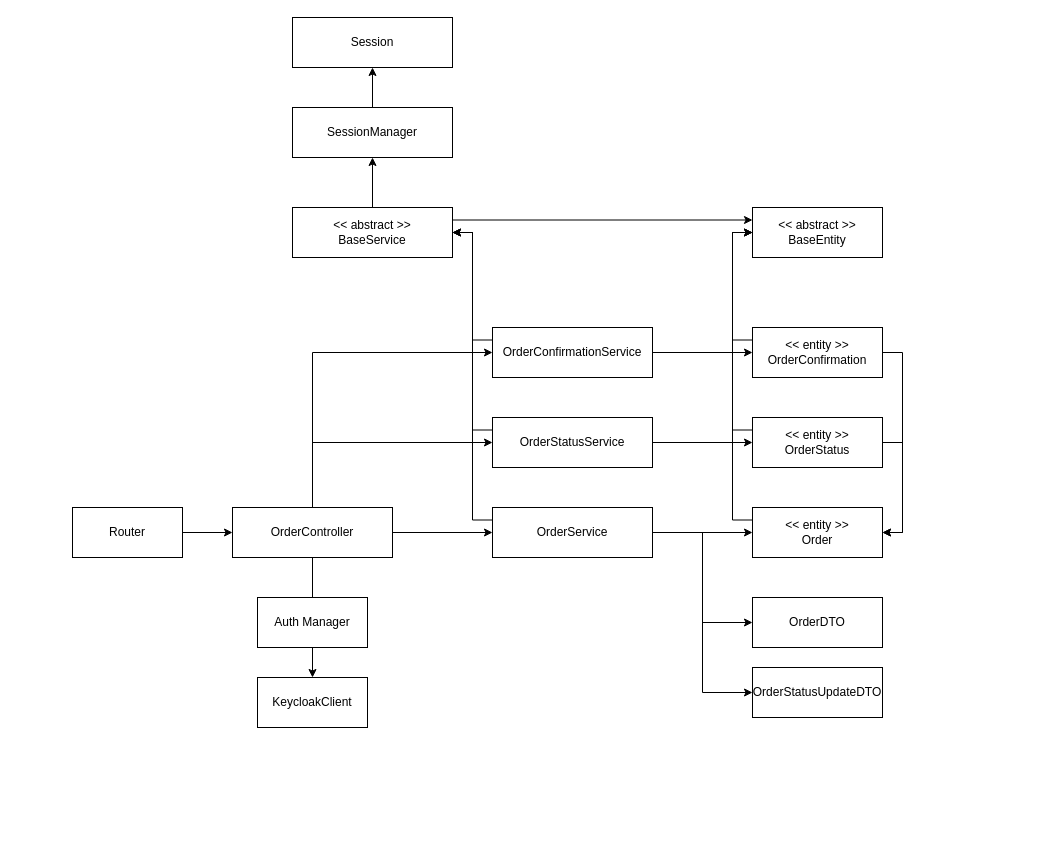
Earlier version of the draw.io diagram page "Logical" (2 of 3) of magistracy/software-engeneering-methodology/diagrams/Class_UC-Component-Order.drawio (GulDilin/itmo). Source tidied: cells renumbered, new cells numbered last; positions are measured from the earlier drawing's top-left corner, leaving out a move shared by most shapes. Both pictures are drawn from the tidied source at 100%, with x=0, y=0 at pixel (72, 17).
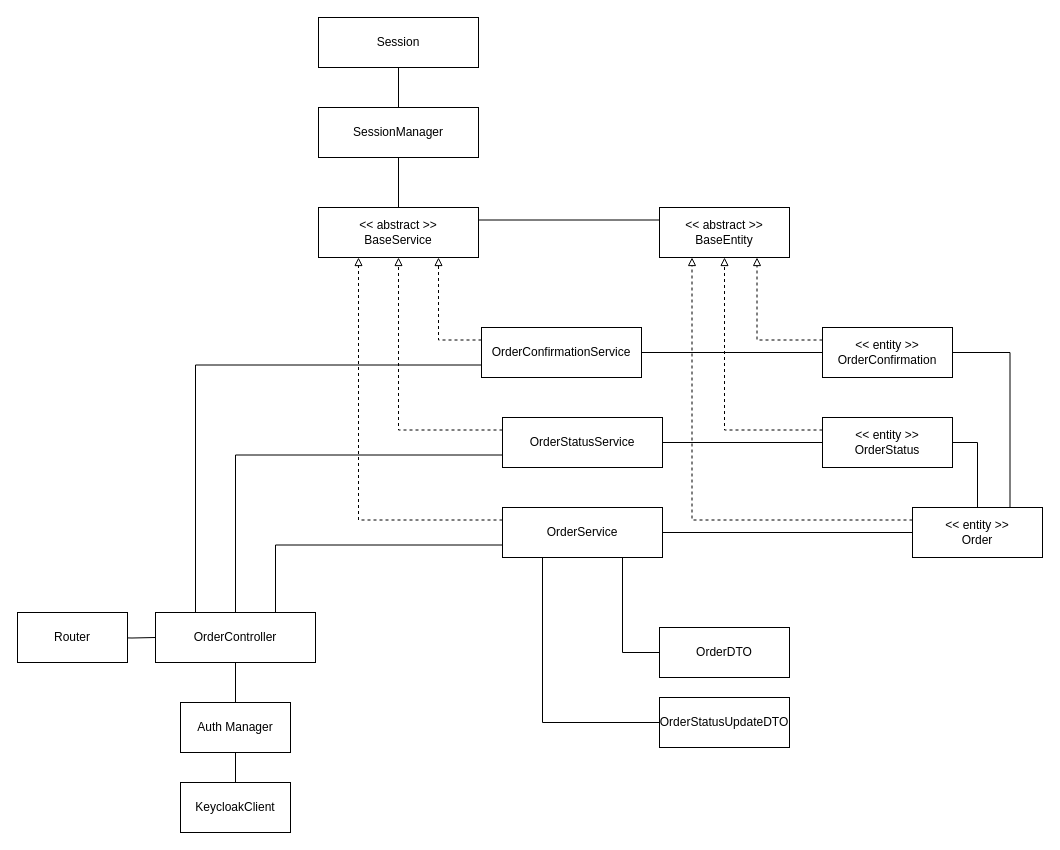
After the change.

What changed in the source:
```diff
@@
-    <mxCell id="2" style="edgeStyle=orthogonalEdgeStyle;rounded=0;jettySize=auto;html=1;" parent="1" edge="1" source="6" target="13">
+    <mxCell id="2" style="edgeStyle=orthogonalEdgeStyle;rounded=0;jettySize=auto;html=1;exitX=0.75;exitY=0;exitDx=0;exitDy=0;entryX=0;entryY=0.75;entryDx=0;entryDy=0;endArrow=none;endFill=0;" parent="1" edge="1" source="6" target="13">
       <mxGeometry relative="1" as="geometry" />
     </mxCell>
@@
-    <mxCell id="4" style="edgeStyle=orthogonalEdgeStyle;rounded=0;jettySize=auto;html=1;entryX=0;entryY=0.5;entryDx=0;entryDy=0;exitX=0.5;exitY=0;exitDx=0;exitDy=0;" parent="1" edge="1" source="6" target="20">
+    <mxCell id="4" style="edgeStyle=orthogonalEdgeStyle;rounded=0;jettySize=auto;html=1;entryX=0;entryY=0.75;entryDx=0;entryDy=0;exitX=0.5;exitY=0;exitDx=0;exitDy=0;endArrow=none;endFill=0;" parent="1" edge="1" source="6" target="20">
       <mxGeometry relative="1" as="geometry" />
     </mxCell>
-    <mxCell id="5" style="edgeStyle=orthogonalEdgeStyle;rounded=0;jettySize=auto;html=1;entryX=0;entryY=0.5;entryDx=0;entryDy=0;exitX=0.5;exitY=0;exitDx=0;exitDy=0;" parent="1" edge="1" source="6" target="29">
+    <mxCell id="5" style="edgeStyle=orthogonalEdgeStyle;rounded=0;jettySize=auto;html=1;entryX=0;entryY=0.75;entryDx=0;entryDy=0;exitX=0.25;exitY=0;exitDx=0;exitDy=0;endArrow=none;endFill=0;" parent="1" edge="1" source="6" target="29">
       <mxGeometry relative="1" as="geometry" />
     </mxCell>
     <mxCell id="6" value="OrderController" style="html=1;whiteSpace=wrap;" parent="1" vertex="1">
-      <mxGeometry x="160" y="490" width="160" height="50" as="geometry" />
+      <mxGeometry x="83" y="595" width="160" height="50" as="geometry" />
     </mxCell>
-    <mxCell id="7" style="edgeStyle=orthogonalEdgeStyle;rounded=0;jettySize=auto;html=1;" parent="1" edge="1" source="8" target="30">
+    <mxCell id="7" style="edgeStyle=orthogonalEdgeStyle;rounded=0;jettySize=auto;html=1;endArrow=none;endFill=0;" parent="1" edge="1" source="8" target="30">
       <mxGeometry relative="1" as="geometry" />
     </mxCell>
     <mxCell id="8" value="Auth Manager" style="html=1;whiteSpace=wrap;" parent="1" vertex="1">
-      <mxGeometry x="185" y="580" width="110" height="50" as="geometry" />
+      <mxGeometry x="108" y="685" width="110" height="50" as="geometry" />
     </mxCell>
-    <mxCell id="9" style="edgeStyle=orthogonalEdgeStyle;rounded=0;jettySize=auto;html=1;" parent="1" edge="1" source="13" target="15">
+    <mxCell id="9" style="edgeStyle=orthogonalEdgeStyle;rounded=0;jettySize=auto;html=1;endArrow=none;endFill=0;" parent="1" edge="1" source="13" target="15">
       <mxGeometry relative="1" as="geometry" />
     </mxCell>
-    <mxCell id="10" style="edgeStyle=orthogonalEdgeStyle;rounded=0;jettySize=auto;html=1;exitX=0;exitY=0.25;exitDx=0;exitDy=0;entryX=1;entryY=0.5;entryDx=0;entryDy=0;" parent="1" edge="1" source="13" target="33">
+    <mxCell id="10" style="edgeStyle=orthogonalEdgeStyle;rounded=0;jettySize=auto;html=1;exitX=0;exitY=0.25;exitDx=0;exitDy=0;entryX=0.25;entryY=1;entryDx=0;entryDy=0;dashed=1;endArrow=block;endFill=0;" parent="1" edge="1" source="13" target="33">
       <mxGeometry relative="1" as="geometry" />
     </mxCell>
-    <mxCell id="11" style="edgeStyle=orthogonalEdgeStyle;rounded=0;jettySize=auto;html=1;entryX=0;entryY=0.5;entryDx=0;entryDy=0;" parent="1" edge="1" source="13" target="35">
+    <mxCell id="11" style="edgeStyle=orthogonalEdgeStyle;rounded=0;jettySize=auto;html=1;entryX=0;entryY=0.5;entryDx=0;entryDy=0;endArrow=none;endFill=0;exitX=0.75;exitY=1;exitDx=0;exitDy=0;" parent="1" edge="1" source="13" target="35">
       <mxGeometry relative="1" as="geometry" />
     </mxCell>
-    <mxCell id="12" style="edgeStyle=orthogonalEdgeStyle;rounded=0;jettySize=auto;html=1;entryX=0;entryY=0.5;entryDx=0;entryDy=0;" parent="1" edge="1" source="13" target="39">
+    <mxCell id="12" style="edgeStyle=orthogonalEdgeStyle;rounded=0;jettySize=auto;html=1;entryX=0;entryY=0.5;entryDx=0;entryDy=0;endArrow=none;endFill=0;exitX=0.25;exitY=1;exitDx=0;exitDy=0;" parent="1" edge="1" source="13" target="39">
       <mxGeometry relative="1" as="geometry" />
     </mxCell>
     <mxCell id="13" value="OrderService" style="html=1;whiteSpace=wrap;" parent="1" vertex="1">
-      <mxGeometry x="420" y="490" width="160" height="50" as="geometry" />
+      <mxGeometry x="430" y="490" width="160" height="50" as="geometry" />
     </mxCell>
-    <mxCell id="14" style="edgeStyle=orthogonalEdgeStyle;rounded=0;jettySize=auto;html=1;exitX=0;exitY=0.25;exitDx=0;exitDy=0;entryX=0;entryY=0.5;entryDx=0;entryDy=0;" parent="1" edge="1" source="15" target="34">
+    <mxCell id="14" style="edgeStyle=orthogonalEdgeStyle;rounded=0;jettySize=auto;html=1;exitX=0;exitY=0.25;exitDx=0;exitDy=0;entryX=0.25;entryY=1;entryDx=0;entryDy=0;dashed=1;endArrow=block;endFill=0;" parent="1" edge="1" source="15" target="34">
       <mxGeometry relative="1" as="geometry" />
     </mxCell>
     <mxCell id="15" value="&amp;lt;&amp;lt; entity &amp;gt;&amp;gt;&lt;br&gt;Order" style="html=1;whiteSpace=wrap;" parent="1" vertex="1">
-      <mxGeometry x="680" y="490" width="130" height="50" as="geometry" />
+      <mxGeometry x="840" y="490" width="130" height="50" as="geometry" />
     </mxCell>
-    <mxCell id="16" style="edgeStyle=orthogonalEdgeStyle;rounded=0;jettySize=auto;html=1;" parent="1" edge="1" source="17" target="6">
-      <mxGeometry relative="1" as="geometry" />
+    <mxCell id="16" style="edgeStyle=orthogonalEdgeStyle;rounded=0;jettySize=auto;html=1;endArrow=none;endFill=0;" parent="1" edge="1" target="6">
+      <mxGeometry relative="1" as="geometry">
+        <mxPoint x="35" y="620" as="sourcePoint" />
+      </mxGeometry>
     </mxCell>
     <mxCell id="17" value="Router" style="html=1;whiteSpace=wrap;" parent="1" vertex="1">
-      <mxGeometry y="490" width="110" height="50" as="geometry" />
+      <mxGeometry x="-55" y="595" width="110" height="50" as="geometry" />
     </mxCell>
-    <mxCell id="18" style="edgeStyle=orthogonalEdgeStyle;rounded=0;jettySize=auto;html=1;" parent="1" edge="1" source="20" target="23">
+    <mxCell id="18" style="edgeStyle=orthogonalEdgeStyle;rounded=0;jettySize=auto;html=1;endArrow=none;endFill=0;" parent="1" edge="1" source="20" target="23">
       <mxGeometry relative="1" as="geometry" />
     </mxCell>
-    <mxCell id="19" style="edgeStyle=orthogonalEdgeStyle;rounded=0;jettySize=auto;html=1;entryX=1;entryY=0.5;entryDx=0;entryDy=0;exitX=0;exitY=0.25;exitDx=0;exitDy=0;" parent="1" edge="1" source="20" target="33">
+    <mxCell id="19" style="edgeStyle=orthogonalEdgeStyle;rounded=0;jettySize=auto;html=1;entryX=0.5;entryY=1;entryDx=0;entryDy=0;exitX=0;exitY=0.25;exitDx=0;exitDy=0;endArrow=block;endFill=0;dashed=1;" parent="1" edge="1" source="20" target="33">
       <mxGeometry relative="1" as="geometry" />
     </mxCell>
     <mxCell id="20" value="OrderStatusService" style="html=1;whiteSpace=wrap;" parent="1" vertex="1">
-      <mxGeometry x="420" y="400" width="160" height="50" as="geometry" />
+      <mxGeometry x="430" y="400" width="160" height="50" as="geometry" />
     </mxCell>
-    <mxCell id="21" style="edgeStyle=orthogonalEdgeStyle;rounded=0;jettySize=auto;html=1;entryX=1;entryY=0.5;entryDx=0;entryDy=0;exitX=1;exitY=0.5;exitDx=0;exitDy=0;" parent="1" edge="1" source="23" target="15">
+    <mxCell id="21" style="edgeStyle=orthogonalEdgeStyle;rounded=0;jettySize=auto;html=1;entryX=0.5;entryY=0;entryDx=0;entryDy=0;exitX=1;exitY=0.5;exitDx=0;exitDy=0;endArrow=none;endFill=0;" parent="1" edge="1" source="23" target="15">
       <mxGeometry relative="1" as="geometry" />
     </mxCell>
-    <mxCell id="22" style="edgeStyle=orthogonalEdgeStyle;rounded=0;jettySize=auto;html=1;exitX=0;exitY=0.25;exitDx=0;exitDy=0;entryX=0;entryY=0.5;entryDx=0;entryDy=0;" parent="1" edge="1" source="23" target="34">
+    <mxCell id="22" style="edgeStyle=orthogonalEdgeStyle;rounded=0;jettySize=auto;html=1;exitX=0;exitY=0.25;exitDx=0;exitDy=0;entryX=0.5;entryY=1;entryDx=0;entryDy=0;dashed=1;endArrow=block;endFill=0;" parent="1" edge="1" source="23" target="34">
       <mxGeometry relative="1" as="geometry" />
     </mxCell>
     <mxCell id="23" value="&amp;lt;&amp;lt; entity &amp;gt;&amp;gt;&lt;br&gt;OrderStatus" style="html=1;whiteSpace=wrap;" parent="1" vertex="1">
-      <mxGeometry x="680" y="400" width="130" height="50" as="geometry" />
+      <mxGeometry x="750" y="400" width="130" height="50" as="geometry" />
     </mxCell>
-    <mxCell id="24" style="edgeStyle=orthogonalEdgeStyle;rounded=0;jettySize=auto;html=1;entryX=1;entryY=0.5;entryDx=0;entryDy=0;exitX=1;exitY=0.5;exitDx=0;exitDy=0;" parent="1" edge="1" source="26" target="15">
+    <mxCell id="24" style="edgeStyle=orthogonalEdgeStyle;rounded=0;jettySize=auto;html=1;entryX=0.75;entryY=0;entryDx=0;entryDy=0;exitX=1;exitY=0.5;exitDx=0;exitDy=0;endArrow=none;endFill=0;" parent="1" edge="1" source="26" target="15">
       <mxGeometry relative="1" as="geometry" />
     </mxCell>
-    <mxCell id="25" style="edgeStyle=orthogonalEdgeStyle;rounded=0;jettySize=auto;html=1;exitX=0;exitY=0.25;exitDx=0;exitDy=0;entryX=0;entryY=0.5;entryDx=0;entryDy=0;" parent="1" edge="1" source="26" target="34">
+    <mxCell id="25" style="edgeStyle=orthogonalEdgeStyle;rounded=0;jettySize=auto;html=1;exitX=0;exitY=0.25;exitDx=0;exitDy=0;entryX=0.75;entryY=1;entryDx=0;entryDy=0;endArrow=block;endFill=0;dashed=1;" parent="1" edge="1" source="26" target="34">
       <mxGeometry relative="1" as="geometry" />
     </mxCell>
     <mxCell id="26" value="&amp;lt;&amp;lt; entity &amp;gt;&amp;gt;&lt;br&gt;OrderConfirmation" style="html=1;whiteSpace=wrap;" parent="1" vertex="1">
-      <mxGeometry x="680" y="310" width="130" height="50" as="geometry" />
+      <mxGeometry x="750" y="310" width="130" height="50" as="geometry" />
     </mxCell>
-    <mxCell id="27" style="edgeStyle=orthogonalEdgeStyle;rounded=0;jettySize=auto;html=1;" parent="1" edge="1" source="29" target="26">
+    <mxCell id="27" style="edgeStyle=orthogonalEdgeStyle;rounded=0;jettySize=auto;html=1;endArrow=none;endFill=0;" parent="1" edge="1" source="29" target="26">
       <mxGeometry relative="1" as="geometry" />
     </mxCell>
-    <mxCell id="28" style="edgeStyle=orthogonalEdgeStyle;rounded=0;jettySize=auto;html=1;exitX=0;exitY=0.25;exitDx=0;exitDy=0;entryX=1;entryY=0.5;entryDx=0;entryDy=0;" parent="1" edge="1" source="29" target="33">
+    <mxCell id="28" style="edgeStyle=orthogonalEdgeStyle;rounded=0;jettySize=auto;html=1;exitX=0;exitY=0.25;exitDx=0;exitDy=0;entryX=1;entryY=0.5;entryDx=0;entryDy=0;endArrow=none;endFill=0;strokeColor=none;" parent="1" edge="1" source="29" target="33">
       <mxGeometry relative="1" as="geometry" />
     </mxCell>
     <mxCell id="29" value="OrderConfirmationService" style="html=1;whiteSpace=wrap;" parent="1" vertex="1">
-      <mxGeometry x="420" y="310" width="160" height="50" as="geometry" />
+      <mxGeometry x="409" y="310" width="160" height="50" as="geometry" />
     </mxCell>
     <mxCell id="30" value="KeycloakClient" style="html=1;whiteSpace=wrap;" parent="1" vertex="1">
-      <mxGeometry x="185" y="660" width="110" height="50" as="geometry" />
+      <mxGeometry x="108" y="765" width="110" height="50" as="geometry" />
     </mxCell>
-    <mxCell id="31" style="edgeStyle=orthogonalEdgeStyle;rounded=0;jettySize=auto;html=1;entryX=0;entryY=0.25;entryDx=0;entryDy=0;exitX=1;exitY=0.25;exitDx=0;exitDy=0;" parent="1" edge="1" source="33" target="34">
+    <mxCell id="31" style="edgeStyle=orthogonalEdgeStyle;rounded=0;jettySize=auto;html=1;entryX=0;entryY=0.25;entryDx=0;entryDy=0;exitX=1;exitY=0.25;exitDx=0;exitDy=0;endArrow=none;endFill=0;" parent="1" edge="1" source="33" target="34">
       <mxGeometry relative="1" as="geometry" />
     </mxCell>
-    <mxCell id="32" style="edgeStyle=orthogonalEdgeStyle;rounded=0;jettySize=auto;html=1;" parent="1" edge="1" source="33" target="37">
+    <mxCell id="32" style="edgeStyle=orthogonalEdgeStyle;rounded=0;jettySize=auto;html=1;endArrow=none;endFill=0;" parent="1" edge="1" source="33" target="37">
       <mxGeometry relative="1" as="geometry" />
     </mxCell>
     <mxCell id="33" value="&amp;lt;&amp;lt; abstract &amp;gt;&amp;gt;&lt;br&gt;BaseService" style="html=1;whiteSpace=wrap;" parent="1" vertex="1">
-      <mxGeometry x="220" y="190" width="160" height="50" as="geometry" />
+      <mxGeometry x="246" y="190" width="160" height="50" as="geometry" />
     </mxCell>
     <mxCell id="34" value="&amp;lt;&amp;lt; abstract &amp;gt;&amp;gt;&lt;br&gt;BaseEntity" style="html=1;whiteSpace=wrap;" parent="1" vertex="1">
-      <mxGeometry x="680" y="190" width="130" height="50" as="geometry" />
+      <mxGeometry x="587" y="190" width="130" height="50" as="geometry" />
     </mxCell>
     <mxCell id="35" value="OrderDTO" style="html=1;whiteSpace=wrap;" parent="1" vertex="1">
-      <mxGeometry x="680" y="580" width="130" height="50" as="geometry" />
+      <mxGeometry x="587" y="610" width="130" height="50" as="geometry" />
     </mxCell>
-    <mxCell id="36" style="edgeStyle=orthogonalEdgeStyle;rounded=0;jettySize=auto;html=1;" parent="1" edge="1" source="37" target="38">
+    <mxCell id="36" style="edgeStyle=orthogonalEdgeStyle;rounded=0;jettySize=auto;html=1;endArrow=none;endFill=0;" parent="1" edge="1" source="37" target="38">
       <mxGeometry relative="1" as="geometry" />
     </mxCell>
     <mxCell id="37" value="SessionManager" style="html=1;whiteSpace=wrap;" parent="1" vertex="1">
-      <mxGeometry x="220" y="90" width="160" height="50" as="geometry" />
+      <mxGeometry x="246" y="90" width="160" height="50" as="geometry" />
     </mxCell>
     <mxCell id="38" value="Session" style="html=1;whiteSpace=wrap;" parent="1" vertex="1">
-      <mxGeometry x="220" width="160" height="50" as="geometry" />
+      <mxGeometry x="246" width="160" height="50" as="geometry" />
     </mxCell>
     <mxCell id="39" value="OrderStatusUpdateDTO" style="html=1;whiteSpace=wrap;" parent="1" vertex="1">
-      <mxGeometry x="680" y="650" width="130" height="50" as="geometry" />
+      <mxGeometry x="587" y="680" width="130" height="50" as="geometry" />
     </mxCell>
+    <mxCell id="40" style="edgeStyle=orthogonalEdgeStyle;rounded=0;jettySize=auto;html=1;entryX=0.75;entryY=1;entryDx=0;entryDy=0;exitX=0;exitY=0.25;exitDx=0;exitDy=0;endArrow=block;endFill=0;dashed=1;" parent="1" edge="1" source="29" target="33">
+      <mxGeometry relative="1" as="geometry" />
+    </mxCell>
```
